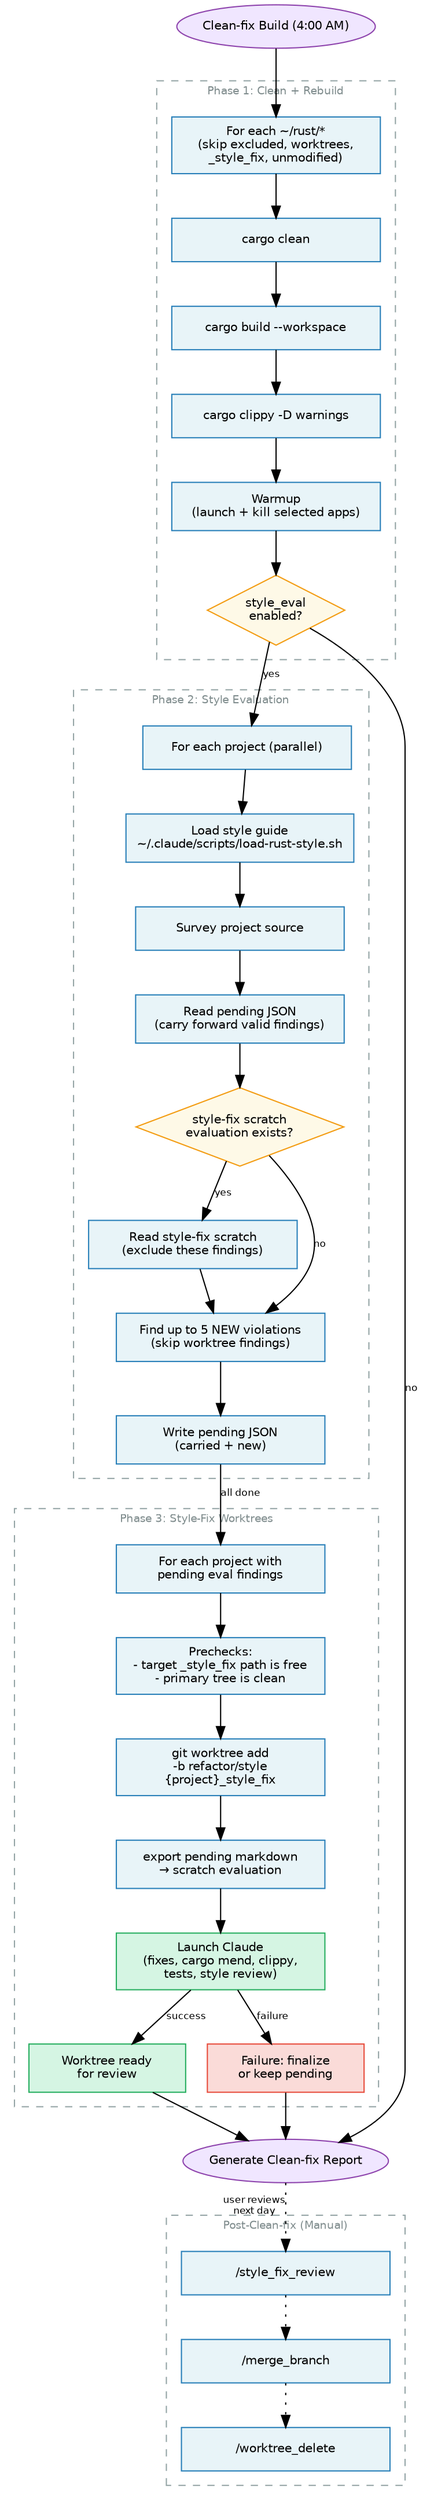
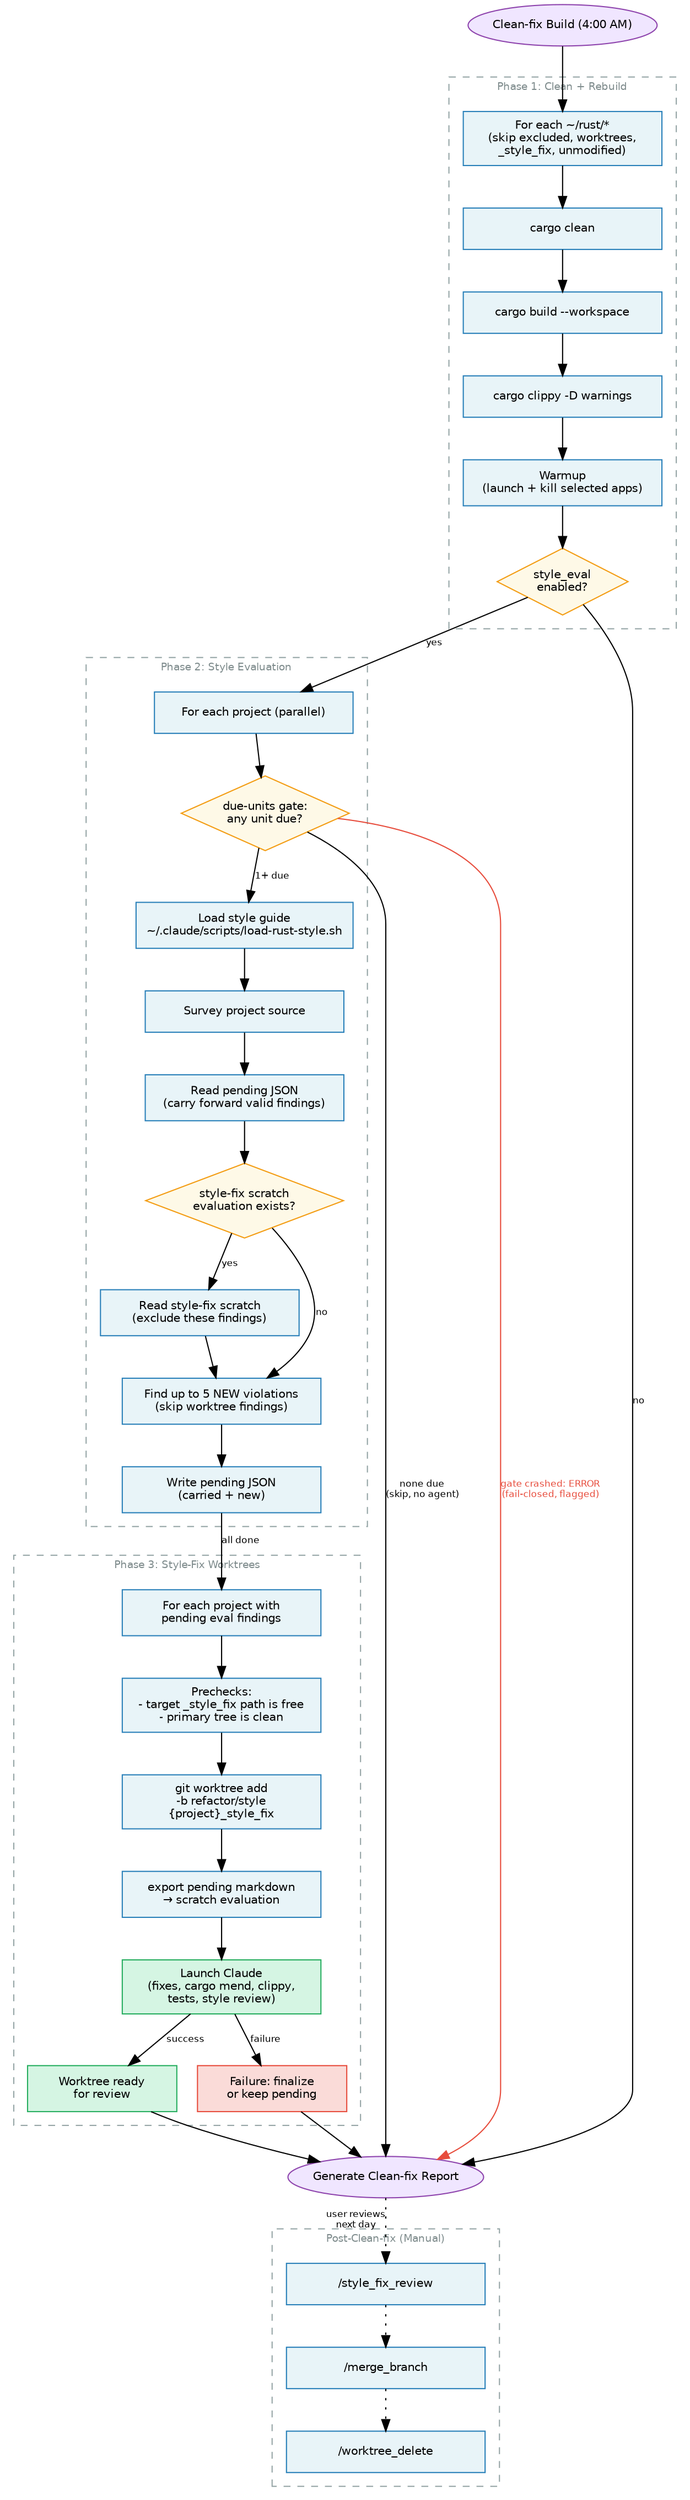
digraph clean_fix_style {
    // ┌─────────────────────────────────────────────────────────────────┐
    // │ LAYOUT GUIDE                                                    │
    // │                                                                 │
    // │ Render:  python3 render-flow.py                                 │
    // │          (runs neato -n2, then injects cluster borders + viewBox)│
    // │                                                                 │
    // │ Cluster membership is parsed from this file automatically —     │
    // │ just add/remove nodes inside the subgraph cluster_* blocks.     │
    // │ The render script reads cluster labels/colors from here too.    │
    // │                                                                 │
    // │ Positions use Graphviz points (1 inch = 72pt).                  │
    // │ Node width=2.4 → 172.8pt. Y spacing between rows: ~55-65pt.    │
    // │                                                                 │
    // │ Column layout (border-to-border gaps, not center gaps):         │
    // │   1. Find widest node per phase (width * 72)                    │
    // │   2. cluster_width = max_content_width + 2 * pad (pad ≈ 25pt)  │
    // │   3. Gap between clusters ≈ 30pt                                │
    // │   4. Phase centers = midpoint of each cluster x-range           │
    // │                                                                 │
    // │ To add a node: add it inside the right subgraph block with a    │
    // │   pos="<center_x>,<y>!" attribute, add edges, re-render.        │
    // │ To remove: delete the node + its edges, re-render.              │
    // │ To add a phase: add a new subgraph cluster_* block, compute     │
    // │   its x-range, shift subsequent phases right, re-render.        │
    // └─────────────────────────────────────────────────────────────────┘
    fontname="Helvetica"
    node [fontname="Helvetica" fontsize=10 style=filled shape=box margin="0.12,0.06" width=2.4 height=0.5]
    edge [fontname="Helvetica" fontsize=8]
    overlap=false
    splines=true

    node [fillcolor="#e8f4f8" color="#2980b9"]

    start [label="Clean-fix Build (4:00 AM)" shape=oval fillcolor="#f0e6ff" color="#8e44ad" width=2.2 pos="141.4,890!"]

    // Cluster-first layout in points:
    // Phase 1 range = [30.0, 252.8], center = 141.4
    // Phase 2 range = [282.8, 505.6], center = 394.2
    // Phase 3 range = [535.6, 864.8], center = 700.2
    // Inter-cluster gap = 30.0

    // ══════ Phase 1: Clean + Rebuild (x center = 141.4) ══════
    subgraph cluster_build {
        label="Phase 1: Clean + Rebuild"
        style=dashed color="#95a5a6" fontcolor="#7f8c8d" fontsize=9
        margin=12

        foreach_project [label="For each ~/rust/*\n(skip excluded, worktrees,\n_style_fix, unmodified)" height=0.65 pos="141.4,790!"]
        clean [label="cargo clean" pos="141.4,720!"]
        build [label="cargo build --workspace" pos="141.4,660!"]
        clippy_build [label="cargo clippy -D warnings" pos="141.4,600!"]
        warmup [label="Warmup\n(launch + kill selected apps)" height=0.55 pos="141.4,535!"]
        style_enabled [label="style_eval\nenabled?" shape=diamond fillcolor="#fef9e7" color="#f39c12" width=1.4 height=0.8 pos="141.4,455!"]
    }

    // ══════ Phase 2: Style Evaluation (x center = 394.2) ══════
    subgraph cluster_eval {
        label="Phase 2: Style Evaluation"
        style=dashed color="#95a5a6" fontcolor="#7f8c8d" fontsize=9
        margin=12

        eval_foreach [label="For each project (parallel)" pos="394.2,790!"]
-         load_style [label="Load style guide\n~/.claude/scripts/load-rust-style.sh" height=0.55 pos="394.2,725!"]
-         survey [label="Survey project source" pos="394.2,665!"]
-         carry_forward [label="Read pending JSON\n(carry forward valid findings)" height=0.55 pos="394.2,600!"]
-         check_wt_eval [label="style-fix scratch\nevaluation exists?" shape=diamond fillcolor="#fef9e7" color="#f39c12" width=1.5 height=0.9 pos="394.2,520!"]
-         load_wt_eval [label="Read style-fix scratch\n(exclude these findings)" height=0.55 pos="394.2,440!"]
-         evaluate [label="Find up to 5 NEW violations\n(skip worktree findings)" height=0.55 pos="394.2,370!"]
-         write_eval [label="Write pending JSON\n(carried + new)" height=0.55 pos="394.2,300!"]
+         ttl_gate [label="due-units gate:\nany unit due?" shape=diamond fillcolor="#fef9e7" color="#f39c12" width=1.6 height=0.9 pos="394.2,722!"]
+         load_style [label="Load style guide\n~/.claude/scripts/load-rust-style.sh" height=0.55 pos="394.2,660!"]
+         survey [label="Survey project source" pos="394.2,602!"]
+         carry_forward [label="Read pending JSON\n(carry forward valid findings)" height=0.55 pos="394.2,544!"]
+         check_wt_eval [label="style-fix scratch\nevaluation exists?" shape=diamond fillcolor="#fef9e7" color="#f39c12" width=1.5 height=0.9 pos="394.2,466!"]
+         load_wt_eval [label="Read style-fix scratch\n(exclude these findings)" height=0.55 pos="394.2,388!"]
+         evaluate [label="Find up to 5 NEW violations\n(skip worktree findings)" height=0.55 pos="394.2,326!"]
+         write_eval [label="Write pending JSON\n(carried + new)" height=0.55 pos="394.2,268!"]
    }

    // ══════ Phase 3: Style-Fix Worktrees (x center = 700.2) ══════
    subgraph cluster_fix {
        label="Phase 3: Style-Fix Worktrees"
        style=dashed color="#95a5a6" fontcolor="#7f8c8d" fontsize=9
        margin=12

        fix_foreach [label="For each project with\npending eval findings" height=0.55 pos="700.2,790!"]
        prechecks [label="Prechecks:\n- target _style_fix path is free\n- primary tree is clean" height=0.65 pos="700.2,720!"]
        create_wt [label="git worktree add\n-b refactor/style\n{project}_style_fix" height=0.65 pos="700.2,645!"]
        mv_eval [label="export pending markdown\n→ scratch evaluation" height=0.55 pos="700.2,575!"]
        claude_fix [label="Launch Claude\n(fixes, cargo mend, clippy,\ntests, style review)" fillcolor="#d5f5e3" color="#27ae60" height=0.65 pos="700.2,500!"]
        fix_ok [label="Worktree ready\nfor review" fillcolor="#d5f5e3" color="#27ae60" height=0.55 width=1.8 pos="625.4,425!"]
        fix_fail [label="Failure: finalize\nor keep pending" fillcolor="#fadbd8" color="#e74c3c" height=0.55 width=1.8 pos="775.0,425!"]
    }

    report [label="Generate Clean-fix Report" shape=oval fillcolor="#f0e6ff" color="#8e44ad" width=2.2 pos="447.4,195!"]

    // ══════ Phase 4: Post-Clean-fix Manual ══════
    subgraph cluster_manual {
        label="Post-Clean-fix (Manual)"
        style=dashed color="#95a5a6" fontcolor="#7f8c8d" fontsize=9
        margin=12

        review [label="/style_fix_review" pos="447.4,100!"]
        merge [label="/merge_branch" pos="447.4,40!"]
        delete_wt [label="/worktree_delete" pos="447.4,-20!"]
    }

    // ── Edges ──

    // Start → Phase 1
    start -> foreach_project

    // Phase 1 internal
    foreach_project -> clean -> build -> clippy_build -> warmup -> style_enabled

    // Phase 1 → Phase 2
    style_enabled -> eval_foreach [label="yes"]

    // Phase 1 → Report (skip)
    style_enabled -> report [label="no"]

    // Phase 2 internal
-     eval_foreach -> load_style -> survey -> carry_forward -> check_wt_eval
+     eval_foreach -> ttl_gate
+     ttl_gate -> load_style [label="1+ due"]
+     ttl_gate -> report [label="none due\n(skip, no agent)"]
+     ttl_gate -> report [label="gate crashed: ERROR\n(fail-closed, flagged)" color="#e74c3c" fontcolor="#e74c3c"]
+     load_style -> survey -> carry_forward -> check_wt_eval
    check_wt_eval -> load_wt_eval [label="yes"]
    check_wt_eval -> evaluate [label="no"]
    load_wt_eval -> evaluate
    evaluate -> write_eval

    // Phase 2 → Phase 3
    write_eval -> fix_foreach [label="all done"]

    // Phase 3 internal
    fix_foreach -> prechecks -> create_wt -> mv_eval -> claude_fix
    claude_fix -> fix_ok [label="success"]
    claude_fix -> fix_fail [label="failure"]

    // Phase 3 → Report
    fix_ok -> report
    fix_fail -> report

    // Report → Manual
    report -> review [style=dotted xlabel="user reviews\nnext day"]
    review -> merge [style=dotted]
    merge -> delete_wt [style=dotted]
}
